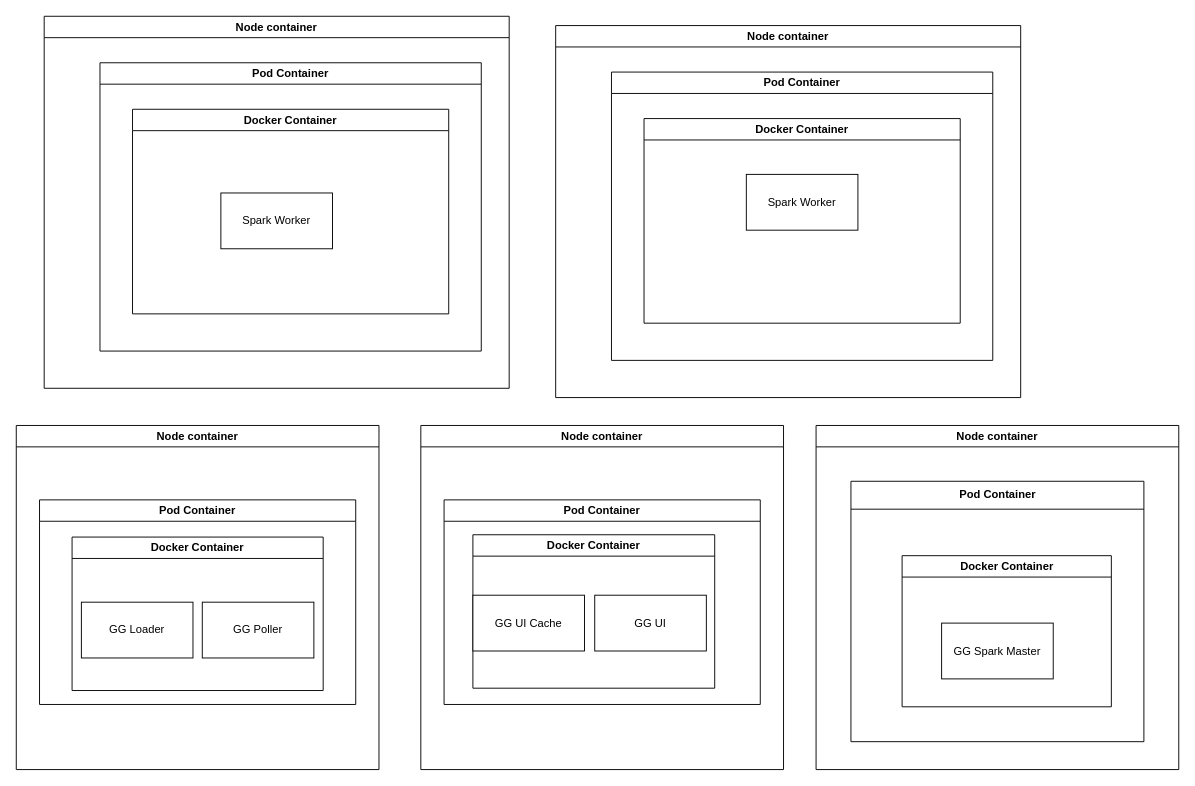
Above: Architecture.drawio in Yodafon/GeocacheGrouping (draw.io), before the change. Source tidied: cells renumbered, new cells numbered last; positions are measured from the earlier drawing's top-left corner, leaving out a move shared by most shapes. Both pictures are drawn from the tidied source at 93%, with x=0, y=0 at pixel (16, 16).
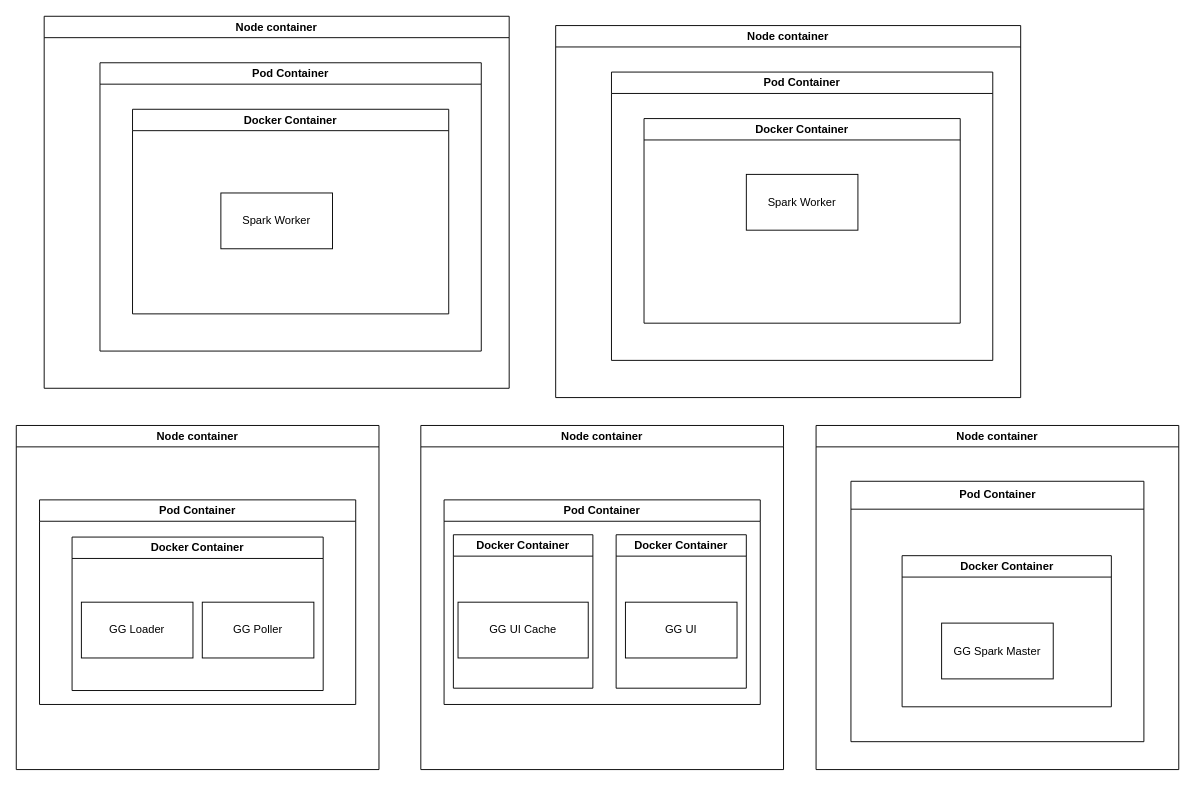
Above is the later version.

Commit message:
Refresh docker container architecture

The change refers to these unchanged cells:
```xml
<mxCell id="8" value="Pod Container" style="swimlane;whiteSpace=wrap;html=1;" parent="7" vertex="1">
  <mxGeometry x="25" y="80" width="340" height="220" as="geometry" />
</mxCell>
```

Change to the diagram source:
```diff
@@
-    <mxCell id="9" value="Docker&amp;nbsp;Container" style="swimlane;whiteSpace=wrap;html=1;" parent="8" vertex="1">
-      <mxGeometry x="31" y="37.5" width="260" height="165" as="geometry" />
+    <mxCell id="9" value="Docker&amp;nbsp;Container" style="swimlane;whiteSpace=wrap;html=1;startSize=23;" parent="8" vertex="1">
+      <mxGeometry x="10" y="37.5" width="150" height="165" as="geometry" />
     </mxCell>
     <mxCell id="10" value="GG UI Cache" style="rounded=0;whiteSpace=wrap;html=1;" parent="9" vertex="1">
-      <mxGeometry y="65" width="120" height="60" as="geometry" />
+      <mxGeometry x="5" y="72.5" width="140" height="60" as="geometry" />
     </mxCell>
+    <mxCell id="24" value="Docker&amp;nbsp;Container" style="swimlane;whiteSpace=wrap;html=1;" parent="8" vertex="1">
+      <mxGeometry x="185" y="37.5" width="140" height="165" as="geometry" />
+    </mxCell>
-    <mxCell id="11" value="GG UI" style="rounded=0;whiteSpace=wrap;html=1;" parent="9" vertex="1">
-      <mxGeometry x="131" y="65" width="120" height="60" as="geometry" />
+    <mxCell id="11" value="GG UI" style="rounded=0;whiteSpace=wrap;html=1;" parent="24" vertex="1">
+      <mxGeometry x="10" y="72.5" width="120" height="60" as="geometry" />
     </mxCell>
```
